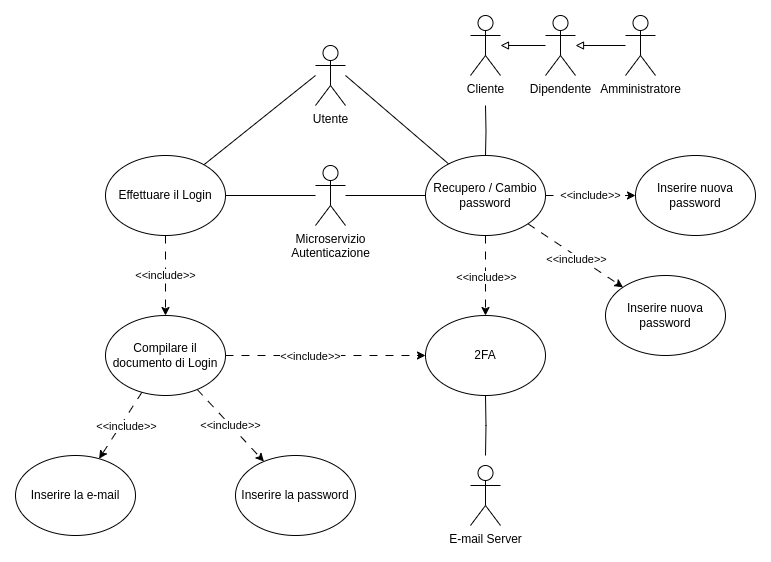
This is second-deliverable/images/UCD/RF1_login_UCD.png from IS-FixMi/Documentation-Source, a draw.io export, as it was before one commit. Source tidied: cells renumbered, new cells last; positions are measured from the earlier drawing's top-left corner, leaving out a move shared by most shapes.
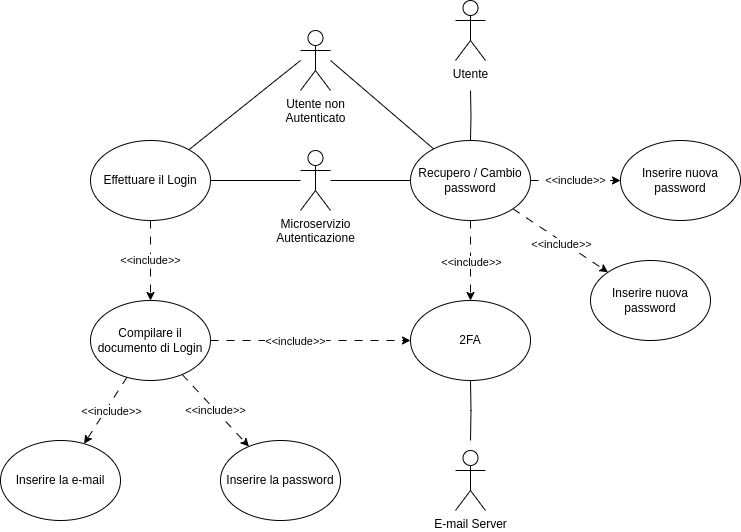
The same file after the commit.

Diff of the diagram source:
```diff
@@ -12,7 +12,7 @@
         <mxPoint x="330" y="60" as="sourcePoint" />
       </mxGeometry>
     </mxCell>
-    <mxCell id="4" value="Utente" style="shape=umlActor;verticalLabelPosition=bottom;verticalAlign=top;html=1;" parent="1" vertex="1">
+    <mxCell id="4" value="Utente non&lt;br&gt;Autenticato" style="shape=umlActor;verticalLabelPosition=bottom;verticalAlign=top;html=1;" parent="1" vertex="1">
       <mxGeometry x="300" y="30" width="30" height="60" as="geometry" />
     </mxCell>
     <mxCell id="5" style="edgeStyle=orthogonalEdgeStyle;rounded=0;jettySize=auto;html=1;entryX=0.5;entryY=0;entryDx=0;entryDy=0;endArrow=none;endFill=0;" parent="1" edge="1" target="31">
@@ -20,21 +20,9 @@
         <mxPoint x="470" y="90" as="sourcePoint" />
       </mxGeometry>
     </mxCell>
-    <mxCell id="6" value="Cliente" style="shape=umlActor;verticalLabelPosition=bottom;verticalAlign=top;html=1;" parent="1" vertex="1">
+    <mxCell id="6" value="Utente" style="shape=umlActor;verticalLabelPosition=bottom;verticalAlign=top;html=1;" parent="1" vertex="1">
       <mxGeometry x="455" width="30" height="60" as="geometry" />
     </mxCell>
-    <mxCell id="7" style="edgeStyle=orthogonalEdgeStyle;rounded=0;jettySize=auto;html=1;endArrow=block;endFill=0;" parent="1" edge="1" source="8" target="6">
-      <mxGeometry relative="1" as="geometry" />
-    </mxCell>
-    <mxCell id="8" value="Dipendente" style="shape=umlActor;verticalLabelPosition=bottom;verticalAlign=top;html=1;" parent="1" vertex="1">
-      <mxGeometry x="530" width="30" height="60" as="geometry" />
-    </mxCell>
-    <mxCell id="9" style="edgeStyle=orthogonalEdgeStyle;rounded=0;jettySize=auto;html=1;endArrow=block;endFill=0;" parent="1" edge="1" source="10" target="8">
-      <mxGeometry relative="1" as="geometry" />
-    </mxCell>
-    <mxCell id="10" value="Amministratore" style="shape=umlActor;verticalLabelPosition=bottom;verticalAlign=top;html=1;" parent="1" vertex="1">
-      <mxGeometry x="610" width="30" height="60" as="geometry" />
-    </mxCell>
     <mxCell id="11" style="edgeStyle=orthogonalEdgeStyle;rounded=0;jettySize=auto;html=1;dashed=1;dashPattern=8 8;" parent="1" edge="1" source="13" target="20">
       <mxGeometry relative="1" as="geometry" />
     </mxCell>
```
